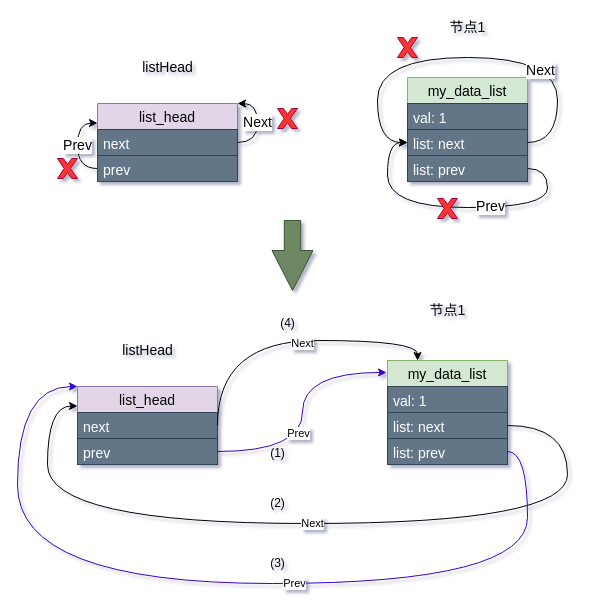
This is 05-内核链表插入1.drawio from Vinson-001/Blog-flow-chart, a draw.io file, before an edit. Source tidied: cells renumbered, new cells numbered last; positions are measured from the earlier drawing's top-left corner, leaving out a move shared by most shapes. Both pictures are drawn from the tidied source at 100%, with x=0, y=0 at pixel (17, 17).
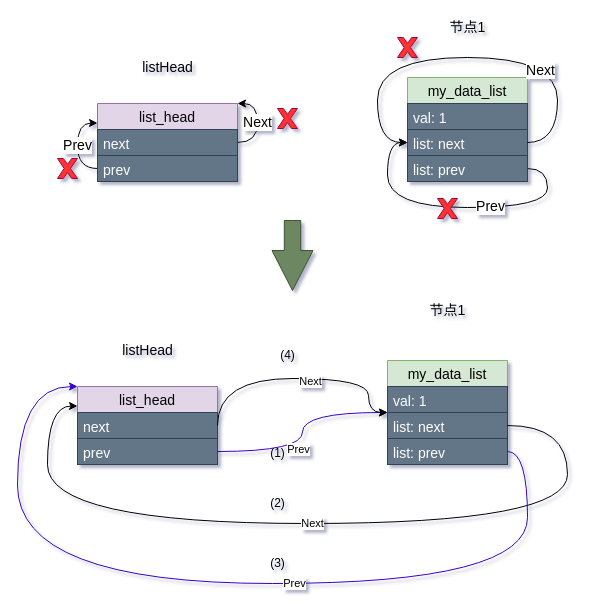
After the change.

Commit message:
更新05-内核链表插入1.drawio

The change refers to these unchanged cells:
```xml
<mxCell id="23" style="group;" parent="1" vertex="1">
  <mxGeometry y="283" width="550" height="283" as="geometry" />
</mxCell>
<mxCell id="25" value="my_data_list" style="swimlane;fontStyle=0;horizontal=1;startSize=26;fillColor=#d5e8d4;fontSize=14;strokeColor=#82b366;" parent="24" vertex="1">
  <mxGeometry y="60" width="120" height="104" as="geometry" />
</mxCell>
<mxCell id="31" value="next" style="text;strokeColor=#314354;fillColor=#647687;align=left;verticalAlign=top;spacingLeft=4;spacingRight=4;overflow=hidden;points=[[0,0.5],[1,0.5]];portConstraint=eastwest;fontColor=#ffffff;fontSize=14;" parent="30" vertex="1">
  <mxGeometry y="26" width="140" height="26" as="geometry" />
</mxCell>
<mxCell id="32" value="prev" style="text;strokeColor=#314354;fillColor=#647687;align=left;verticalAlign=top;spacingLeft=4;spacingRight=4;overflow=hidden;points=[[0,0.5],[1,0.5]];portConstraint=eastwest;fontColor=#ffffff;fontSize=14;" parent="30" vertex="1">
  <mxGeometry y="52" width="140" height="26" as="geometry" />
</mxCell>
```

Diff of the diagram source:
```diff
@@
-    <mxCell id="34" style="edgeStyle=orthogonalEdgeStyle;curved=1;rounded=0;jettySize=auto;html=1;exitX=1;exitY=0.5;exitDx=0;exitDy=0;entryX=-0.008;entryY=0.115;entryDx=0;entryDy=0;entryPerimeter=0;fillColor=#6a00ff;strokeColor=#3700CC;" parent="23" edge="1" source="32" target="25">
+    <mxCell id="34" style="edgeStyle=orthogonalEdgeStyle;curved=1;rounded=0;jettySize=auto;html=1;exitX=1;exitY=0.5;exitDx=0;exitDy=0;entryX=0;entryY=0.5;entryDx=0;entryDy=0;fillColor=#6a00ff;strokeColor=#3700CC;" parent="23" edge="1" source="32" target="25">
       <mxGeometry relative="1" as="geometry" />
     </mxCell>
@@
-    <mxCell id="42" style="edgeStyle=orthogonalEdgeStyle;curved=1;rounded=0;jettySize=auto;html=1;exitX=1;exitY=0.5;exitDx=0;exitDy=0;entryX=0.25;entryY=0;entryDx=0;entryDy=0;" parent="23" edge="1" source="31" target="25">
+    <mxCell id="42" style="edgeStyle=orthogonalEdgeStyle;curved=1;rounded=0;jettySize=auto;html=1;exitX=1;exitY=0.5;exitDx=0;exitDy=0;entryX=0;entryY=0.5;entryDx=0;entryDy=0;" parent="23" edge="1" source="31" target="25">
       <mxGeometry relative="1" as="geometry">
         <Array as="points">
-          <mxPoint x="200" y="40" />
-          <mxPoint x="400" y="40" />
+          <mxPoint x="200" y="78" />
+          <mxPoint x="351" y="78" />
+          <mxPoint x="351" y="112" />
         </Array>
       </mxGeometry>
     </mxCell>
@@
     <mxCell id="44" value="(4)" style="text;html=1;align=center;verticalAlign=middle;" parent="23" vertex="1">
-      <mxGeometry x="255" y="13" width="30" height="20" as="geometry" />
+      <mxGeometry x="255" y="45" width="30" height="20" as="geometry" />
     </mxCell>
```
